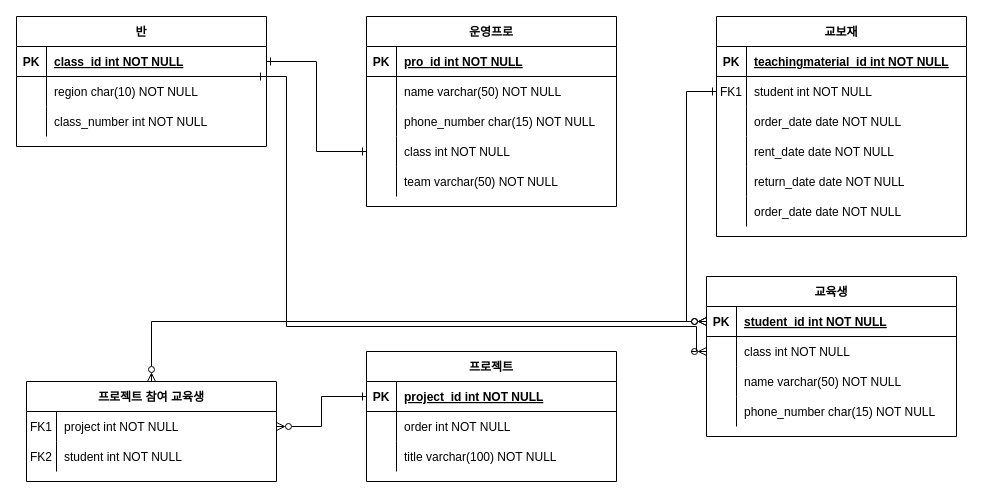
Before: 제목 없는 다이어그램.drawio in defkimbyeongju/backups, a draw.io diagram. Source tidied: cells renumbered, new cells numbered last; positions are measured from the earlier drawing's top-left corner, leaving out a move shared by most shapes. Both pictures are drawn from the tidied source at 100%, with x=0, y=0 at pixel (16, 16).
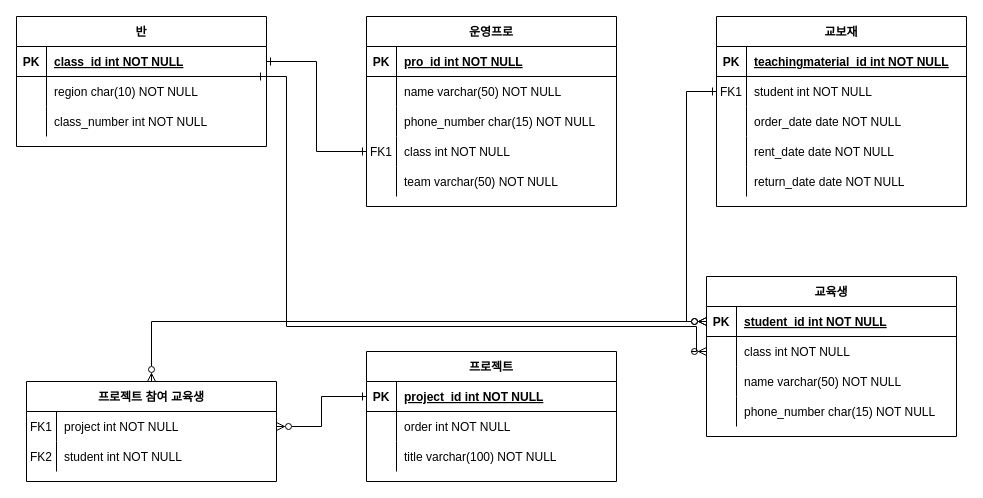
The same diagram, later.

Commit message:
제목 없는 다이어그램.drawio 업데이트

The change refers to these unchanged cells:
```xml
<mxCell id="44" style="shape=partialRectangle;fillColor=none;points=[[0,0.5],[1,0.5]];portConstraint=eastwest;top=0;left=0;right=0;bottom=0;" parent="34" vertex="1">
  <mxGeometry y="120" width="250" height="30" as="geometry" />
</mxCell>
```

Change to the diagram source:
```diff
@@
-<mxGraphModel>
+<mxGraphModel background="#FFFFFF">
@@
     <mxCell id="2" value="교보재" style="shape=table;startSize=30;childLayout=tableLayout;rowLines=0;fontStyle=1;align=center;" parent="1" vertex="1">
-      <mxGeometry x="700" width="250" height="220" as="geometry" />
+      <mxGeometry x="700" width="250" height="190" as="geometry" />
     </mxCell>
@@
-    <mxCell id="18" style="shape=partialRectangle;fillColor=none;top=0;left=0;right=0;bottom=0;" parent="2" vertex="1">
-      <mxGeometry y="180" width="250" height="30" as="geometry" />
-    </mxCell>
-    <mxCell id="19" style="shape=partialRectangle;overflow=hidden;fillColor=none;top=0;left=0;bottom=0;right=0;" parent="18" vertex="1">
-      <mxGeometry width="30" height="30" as="geometry" />
-    </mxCell>
-    <mxCell id="20" value="order_date date NOT NULL" style="shape=partialRectangle;overflow=hidden;fillColor=none;top=0;left=0;bottom=0;right=0;align=left;spacingLeft=6;" parent="18" vertex="1">
-      <mxGeometry x="30" width="220" height="30" as="geometry" />
-    </mxCell>
@@
-    <mxCell id="45" style="shape=partialRectangle;overflow=hidden;fillColor=none;top=0;left=0;bottom=0;right=0;" parent="44" vertex="1">
+    <mxCell id="45" value="FK1" style="shape=partialRectangle;overflow=hidden;fillColor=none;top=0;left=0;bottom=0;right=0;" parent="44" vertex="1">
       <mxGeometry width="30" height="30" as="geometry" />
     </mxCell>
```
